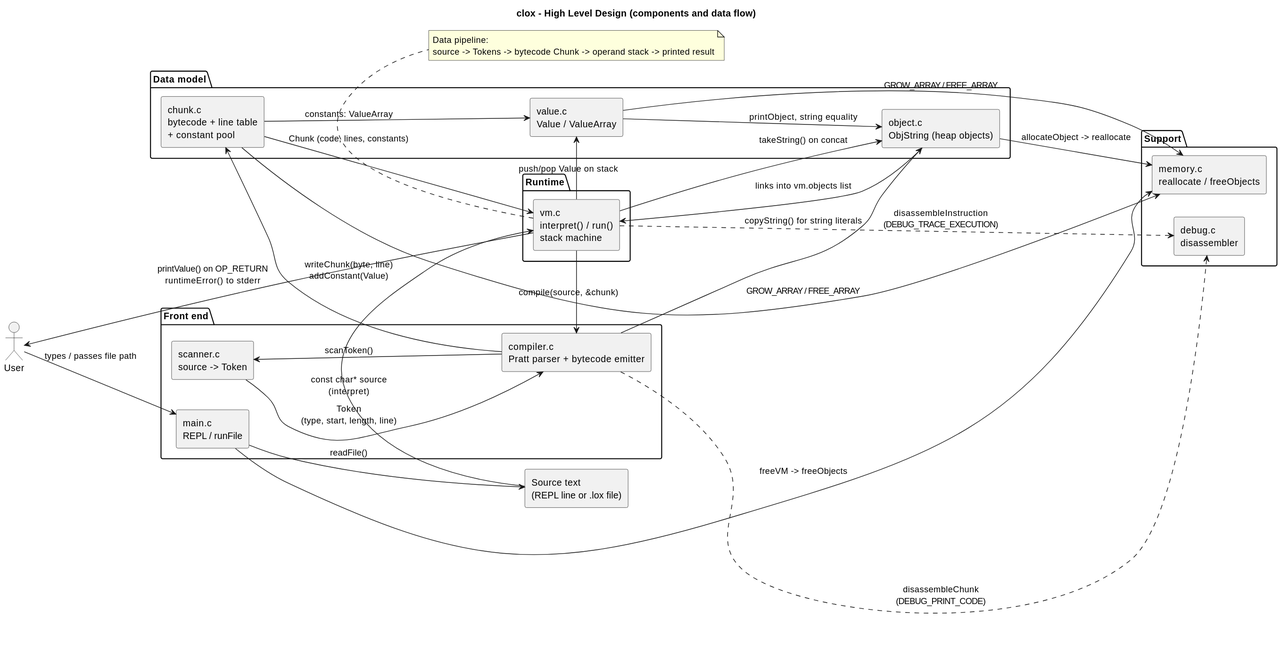
thegoddo/clox keeps this PlantUML diagram as docs/puml/hld.svg. Above is the earlier version. The source it was exported from:
```plantuml
@startuml
title clox - High Level Design (components and data flow)
skinparam componentStyle rectangle
left to right direction

actor User
rectangle "Source text\n(REPL line or .lox file)" as SRC

package "Front end" {
  component "main.c\nREPL / runFile" as MAIN
  component "scanner.c\nsource -> Token" as SCAN
  component "compiler.c\nPratt parser + bytecode emitter" as COMP
}

package "Runtime" {
  component "vm.c\ninterpret() / run()\nstack machine" as VM
}

package "Data model" {
  component "chunk.c\nbytecode + line table\n+ constant pool" as CHUNK
  component "value.c\nValue / ValueArray" as VALUE
  component "object.c\nObjString (heap objects)" as OBJECT
}

package "Support" {
  component "memory.c\nreallocate / freeObjects" as MEM
  component "debug.c\ndisassembler" as DEBUG
}

User --> MAIN : types / passes file path
MAIN --> SRC : readFile()
SRC --> VM : const char* source\n(interpret)

VM --> COMP : compile(source, &chunk)
COMP --> SCAN : scanToken()
SCAN --> COMP : Token\n(type, start, length, line)
COMP --> CHUNK : writeChunk(byte, line)\naddConstant(Value)
COMP --> OBJECT : copyString() for string literals

CHUNK --> VM : Chunk (code, lines, constants)
VM --> VALUE : push/pop Value on stack
VM --> OBJECT : takeString() on concat
VM --> User : printValue() on OP_RETURN\nruntimeError() to stderr

CHUNK --> VALUE : constants: ValueArray
VALUE --> OBJECT : printObject, string equality
OBJECT --> MEM : allocateObject -> reallocate
OBJECT --> VM : links into vm.objects list
CHUNK --> MEM : GROW_ARRAY / FREE_ARRAY
VALUE --> MEM : GROW_ARRAY / FREE_ARRAY
MAIN --> MEM : freeVM -> freeObjects

COMP ..> DEBUG : disassembleChunk\n(DEBUG_PRINT_CODE)
VM ..> DEBUG : disassembleInstruction\n(DEBUG_TRACE_EXECUTION)

note bottom of VM
  Data pipeline:
  source -> Tokens -> bytecode Chunk -> operand stack -> printed result
end note
@enduml
```
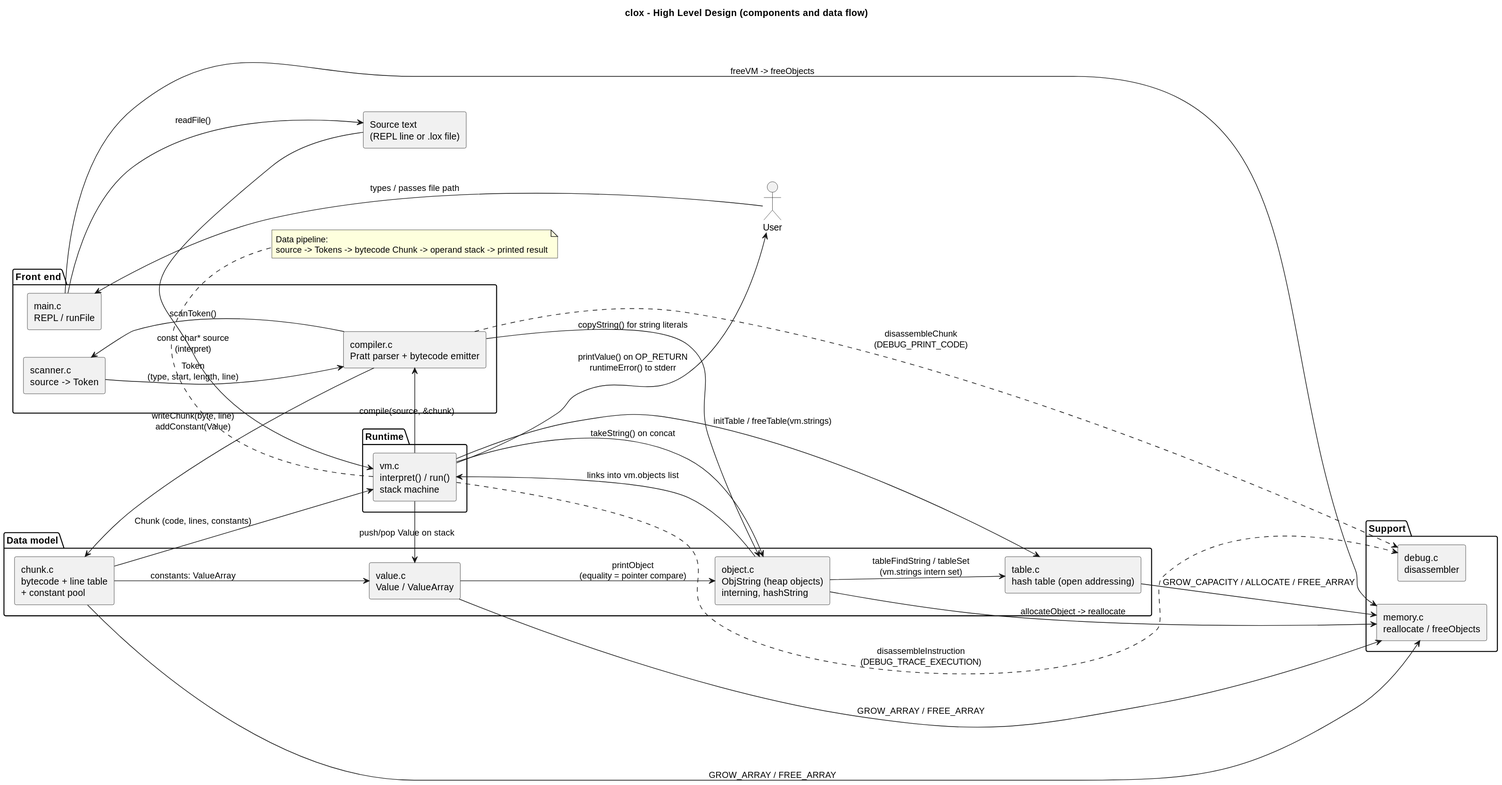
Above is the later version.

Change to the diagram source:
```diff
@@ -19,7 +19,8 @@
 package "Data model" {
   component "chunk.c\nbytecode + line table\n+ constant pool" as CHUNK
   component "value.c\nValue / ValueArray" as VALUE
-  component "object.c\nObjString (heap objects)" as OBJECT
+  component "object.c\nObjString (heap objects)\ninterning, hashString" as OBJECT
+  component "table.c\nhash table (open addressing)" as TABLE
 }
 
 package "Support" {
@@ -43,9 +44,12 @@
 VM --> User : printValue() on OP_RETURN\nruntimeError() to stderr
 
 CHUNK --> VALUE : constants: ValueArray
-VALUE --> OBJECT : printObject, string equality
+VALUE --> OBJECT : printObject\n(equality = pointer compare)
 OBJECT --> MEM : allocateObject -> reallocate
 OBJECT --> VM : links into vm.objects list
+OBJECT --> TABLE : tableFindString / tableSet\n(vm.strings intern set)
+VM --> TABLE : initTable / freeTable(vm.strings)
+TABLE --> MEM : GROW_CAPACITY / ALLOCATE / FREE_ARRAY
 CHUNK --> MEM : GROW_ARRAY / FREE_ARRAY
 VALUE --> MEM : GROW_ARRAY / FREE_ARRAY
 MAIN --> MEM : freeVM -> freeObjects
```
